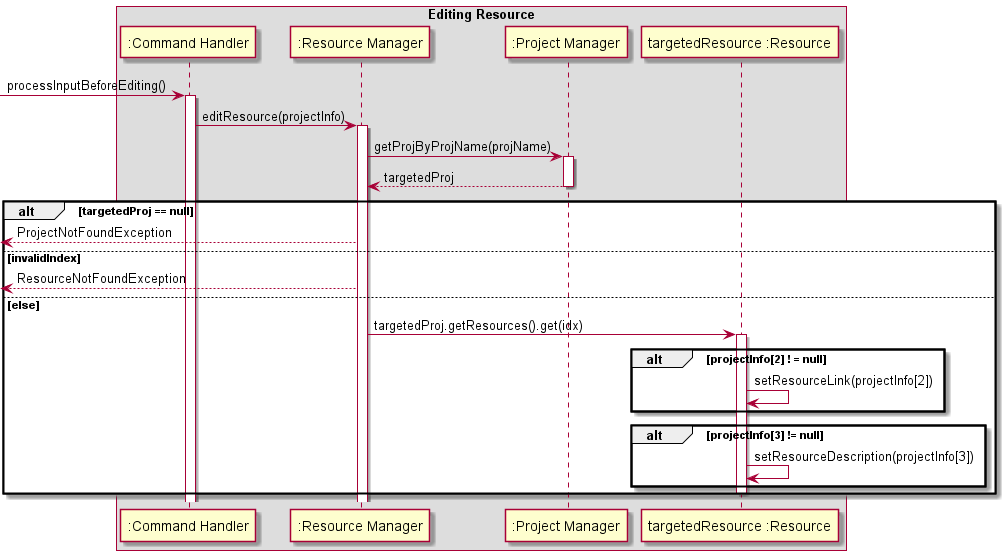
s-t-e-f/tp keeps this PlantUML diagram as docs/puml_img/Edit.png. Above is the earlier version.
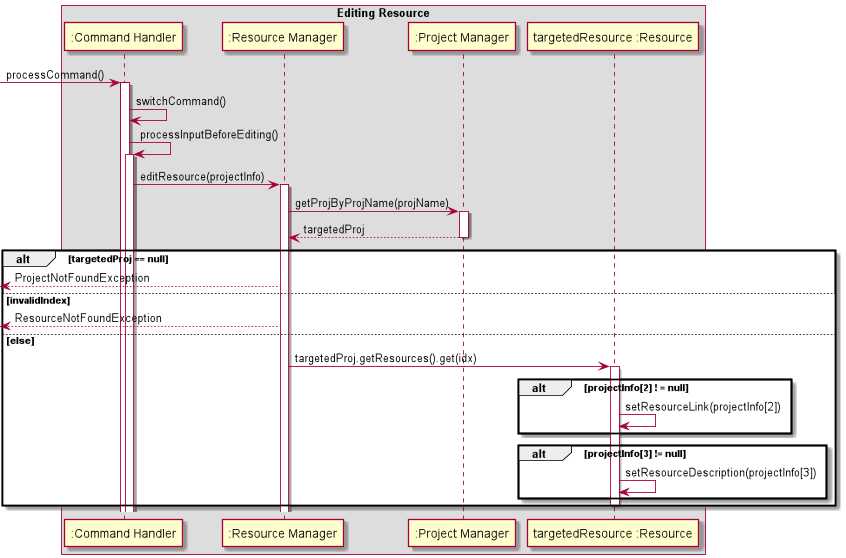
Above is the later version.

Commit message:
Edited sequence diagrams.

The edit, as a diff of the source:
```diff
@@ -6,10 +6,11 @@
 participant ":Project Manager" as ProjectManager
 participant "targetedResource :Resource" as Resource
 
-
-[-> CommandHandler : processInputBeforeEditing()
+[-> CommandHandler : processCommand()
 activate CommandHandler
-
+CommandHandler -> CommandHandler : switchCommand()
+CommandHandler -> CommandHandler : processInputBeforeEditing()
+activate CommandHandler
 
 CommandHandler -> ResourceManager : editResource(projectInfo)
 activate ResourceManager
```
